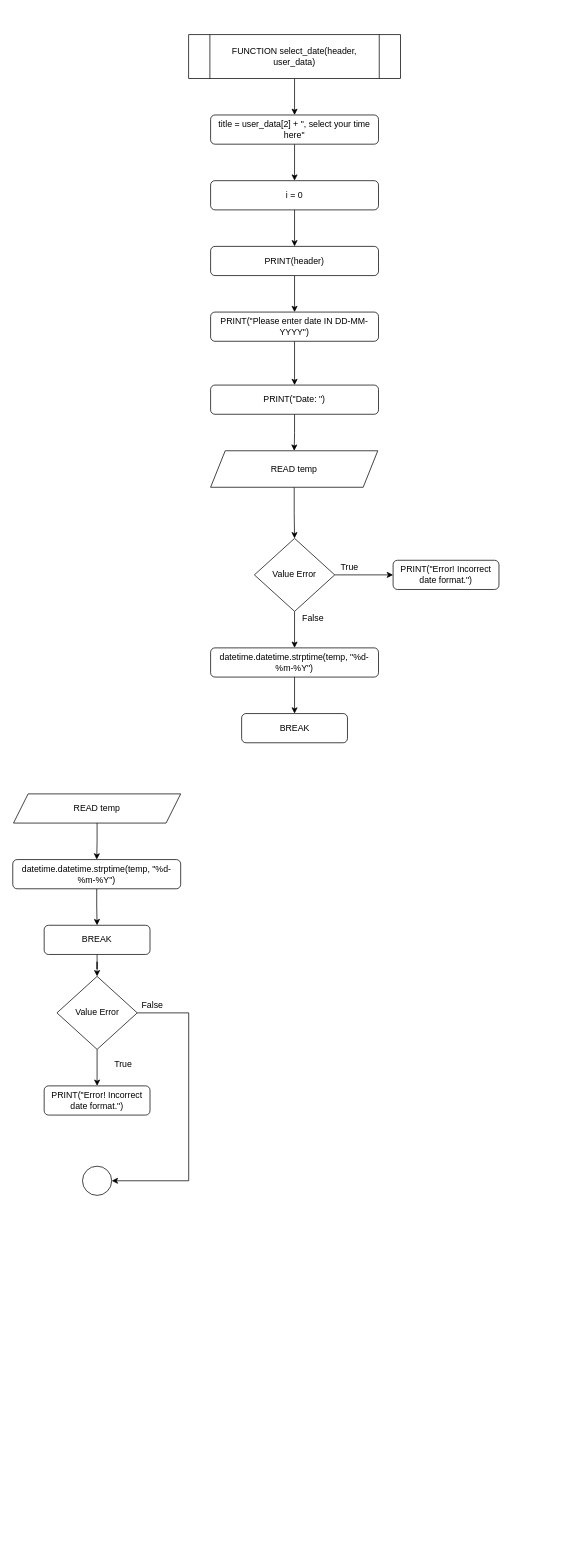
Earlier version of the draw.io diagram Flowchart/clients/select_date.drawio (RabbitBear00/Car-Rental-System). Source tidied: cells renumbered, new cells numbered last; positions are measured from the earlier drawing's top-left corner, leaving out a move shared by most shapes. Both pictures are drawn from the tidied source at 73%, with x=0, y=0 at pixel (12, 34).
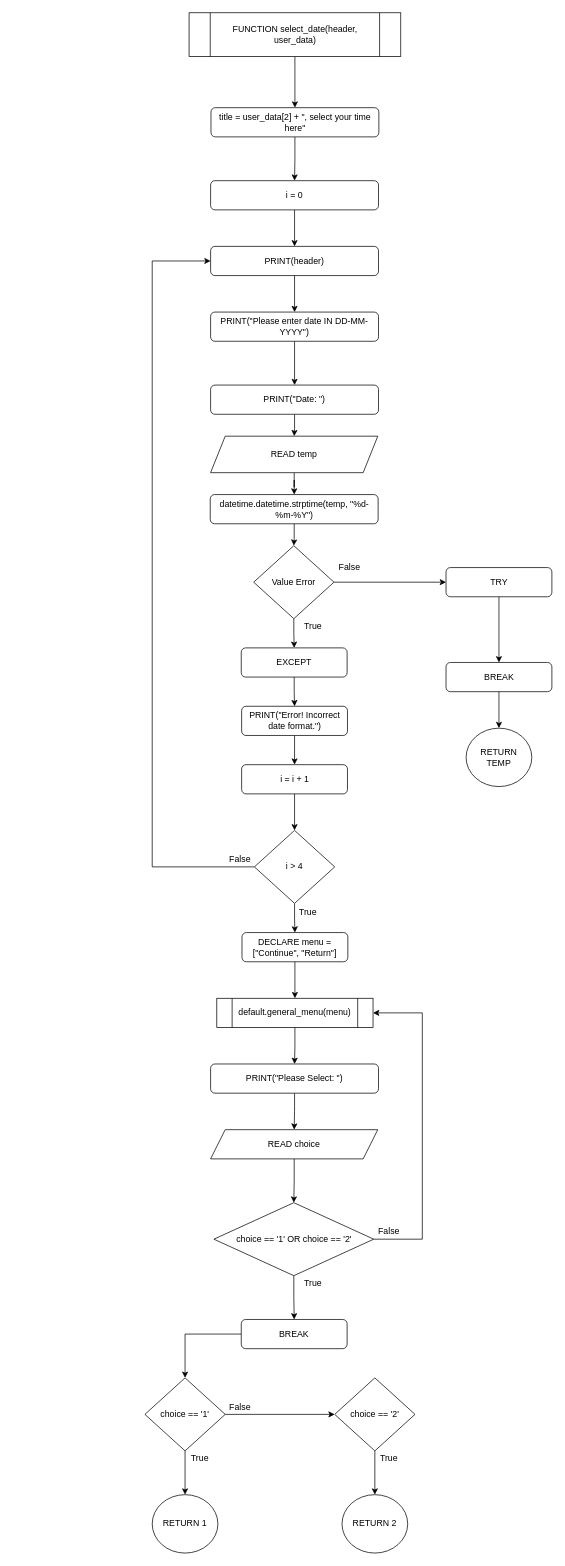
Above is the later version.

Unchanged cells that the change refers to:
```xml
<mxCell id="7" value="i = 0" style="rounded=1;whiteSpace=wrap;html=1;" parent="1" vertex="1">
  <mxGeometry x="271" y="200" width="230" height="40" as="geometry" />
</mxCell>
<mxCell id="9" value="PRINT(header)" style="rounded=1;whiteSpace=wrap;html=1;" parent="1" vertex="1">
  <mxGeometry x="271" y="290" width="230" height="40" as="geometry" />
</mxCell>
<mxCell id="13" value="PRINT(&quot;Date: &quot;)" style="rounded=1;whiteSpace=wrap;html=1;" parent="1" vertex="1">
  <mxGeometry x="271" y="480" width="230" height="40" as="geometry" />
</mxCell>
```

What changed in the source:
```diff
@@
     <mxCell id="3" value="FUNCTION select_date(header, user_data)" style="shape=process;whiteSpace=wrap;html=1;backgroundOutline=1;" parent="1" vertex="1">
-      <mxGeometry x="241" width="290" height="60" as="geometry" />
+      <mxGeometry x="241.5" y="-30" width="290" height="60" as="geometry" />
     </mxCell>
-    <mxCell id="4" style="edgeStyle=orthogonalEdgeStyle;rounded=0;jettySize=auto;html=1;" parent="1" edge="1" source="5" target="7">
-      <mxGeometry relative="1" as="geometry" />
-    </mxCell>
-    <mxCell id="5" value="title = user_data[2] + &quot;, select your time here&quot;" style="rounded=1;whiteSpace=wrap;html=1;" parent="1" vertex="1">
-      <mxGeometry x="271" y="110" width="230" height="40" as="geometry" />
-    </mxCell>
@@
-    <mxCell id="12" style="edgeStyle=orthogonalEdgeStyle;rounded=0;jettySize=auto;html=1;" parent="1" edge="1" source="13" target="15">
-      <mxGeometry relative="1" as="geometry" />
-    </mxCell>
+    <mxCell id="38" style="edgeStyle=orthogonalEdgeStyle;rounded=0;jettySize=auto;html=1;" parent="1" edge="1" source="13" target="40">
+      <mxGeometry relative="1" as="geometry" />
+    </mxCell>
@@
-    <mxCell id="14" style="edgeStyle=orthogonalEdgeStyle;rounded=0;jettySize=auto;html=1;" parent="1" edge="1" source="15" target="18">
-      <mxGeometry relative="1" as="geometry" />
-    </mxCell>
-    <mxCell id="15" value="READ temp" style="shape=parallelogram;perimeter=parallelogramPerimeter;whiteSpace=wrap;html=1;fixedSize=1;" parent="1" vertex="1">
-      <mxGeometry x="271" y="570" width="229" height="50" as="geometry" />
-    </mxCell>
-    <mxCell id="16" style="edgeStyle=orthogonalEdgeStyle;rounded=0;jettySize=auto;html=1;" parent="1" edge="1" source="18" target="19">
-      <mxGeometry relative="1" as="geometry" />
-    </mxCell>
-    <mxCell id="17" style="edgeStyle=orthogonalEdgeStyle;rounded=0;jettySize=auto;html=1;" parent="1" edge="1" source="18" target="21">
-      <mxGeometry relative="1" as="geometry" />
-    </mxCell>
-    <mxCell id="18" value="Value Error" style="rhombus;whiteSpace=wrap;html=1;" parent="1" vertex="1">
-      <mxGeometry x="331" y="690" width="110" height="100" as="geometry" />
-    </mxCell>
-    <mxCell id="19" value="PRINT(&quot;Error! Incorrect date format.&quot;)" style="rounded=1;whiteSpace=wrap;html=1;" parent="1" vertex="1">
-      <mxGeometry x="521" y="720" width="145" height="40" as="geometry" />
-    </mxCell>
-    <mxCell id="20" style="edgeStyle=orthogonalEdgeStyle;rounded=0;jettySize=auto;html=1;" parent="1" edge="1" source="21" target="22">
-      <mxGeometry relative="1" as="geometry" />
-    </mxCell>
-    <mxCell id="21" value="datetime.datetime.strptime(temp, &quot;%d-%m-%Y&quot;)" style="rounded=1;whiteSpace=wrap;html=1;" parent="1" vertex="1">
-      <mxGeometry x="271" y="840" width="230" height="40" as="geometry" />
-    </mxCell>
-    <mxCell id="22" value="BREAK" style="rounded=1;whiteSpace=wrap;html=1;" parent="1" vertex="1">
-      <mxGeometry x="313.5" y="930" width="145" height="40" as="geometry" />
-    </mxCell>
-    <mxCell id="23" value="True" style="text;html=1;align=center;verticalAlign=middle;strokeColor=none;" parent="1" vertex="1">
-      <mxGeometry x="441" y="720" width="40" height="20" as="geometry" />
-    </mxCell>
-    <mxCell id="24" value="False" style="text;html=1;align=center;verticalAlign=middle;strokeColor=none;" parent="1" vertex="1">
-      <mxGeometry x="391" y="790" width="40" height="20" as="geometry" />
-    </mxCell>
-    <mxCell id="25" style="edgeStyle=orthogonalEdgeStyle;rounded=0;jettySize=auto;html=1;" parent="1" edge="1" source="26" target="32">
-      <mxGeometry relative="1" as="geometry" />
-    </mxCell>
-    <mxCell id="26" value="READ temp" style="shape=parallelogram;perimeter=parallelogramPerimeter;whiteSpace=wrap;html=1;fixedSize=1;" parent="1" vertex="1">
-      <mxGeometry x="1" y="1040" width="229" height="40" as="geometry" />
-    </mxCell>
-    <mxCell id="27" style="edgeStyle=orthogonalEdgeStyle;rounded=0;jettySize=auto;html=1;entryX=1;entryY=0.5;entryDx=0;entryDy=0;" parent="1" edge="1" source="29" target="36">
-      <mxGeometry relative="1" as="geometry">
-        <Array as="points">
-          <mxPoint x="241" y="1340" />
-          <mxPoint x="241" y="1570" />
-        </Array>
-      </mxGeometry>
-    </mxCell>
-    <mxCell id="28" style="edgeStyle=orthogonalEdgeStyle;rounded=0;jettySize=auto;html=1;" parent="1" edge="1" source="29" target="30">
-      <mxGeometry relative="1" as="geometry" />
-    </mxCell>
-    <mxCell id="29" value="Value Error" style="rhombus;whiteSpace=wrap;html=1;" parent="1" vertex="1">
-      <mxGeometry x="60.5" y="1290" width="110" height="100" as="geometry" />
-    </mxCell>
-    <mxCell id="30" value="PRINT(&quot;Error! Incorrect date format.&quot;)" style="rounded=1;whiteSpace=wrap;html=1;" parent="1" vertex="1">
-      <mxGeometry x="43" y="1440" width="145" height="40" as="geometry" />
-    </mxCell>
-    <mxCell id="31" style="edgeStyle=orthogonalEdgeStyle;rounded=0;jettySize=auto;html=1;" parent="1" edge="1" source="32" target="34">
-      <mxGeometry relative="1" as="geometry" />
-    </mxCell>
-    <mxCell id="32" value="datetime.datetime.strptime(temp, &quot;%d-%m-%Y&quot;)" style="rounded=1;whiteSpace=wrap;html=1;" parent="1" vertex="1">
-      <mxGeometry y="1130" width="230" height="40" as="geometry" />
-    </mxCell>
-    <mxCell id="33" style="edgeStyle=orthogonalEdgeStyle;rounded=0;jettySize=auto;html=1;" parent="1" edge="1" source="34" target="29">
-      <mxGeometry relative="1" as="geometry" />
-    </mxCell>
-    <mxCell id="34" value="BREAK" style="rounded=1;whiteSpace=wrap;html=1;" parent="1" vertex="1">
-      <mxGeometry x="43" y="1220" width="145" height="40" as="geometry" />
-    </mxCell>
-    <mxCell id="35" value="True" style="text;html=1;align=center;verticalAlign=middle;strokeColor=none;" parent="1" vertex="1">
-      <mxGeometry x="130.5" y="1400" width="40" height="20" as="geometry" />
-    </mxCell>
-    <mxCell id="36" style="ellipse;whiteSpace=wrap;html=1;" parent="1" vertex="1">
-      <mxGeometry x="95.5" y="1550" width="40" height="40" as="geometry" />
-    </mxCell>
-    <mxCell id="37" value="False" style="text;html=1;align=center;verticalAlign=middle;strokeColor=none;" parent="1" vertex="1">
-      <mxGeometry x="171" y="1320" width="40" height="20" as="geometry" />
-    </mxCell>
+    <mxCell id="39" style="edgeStyle=orthogonalEdgeStyle;rounded=0;jettySize=auto;html=1;" parent="1" edge="1" source="40" target="88">
+      <mxGeometry relative="1" as="geometry" />
+    </mxCell>
+    <mxCell id="40" value="READ temp" style="shape=parallelogram;perimeter=parallelogramPerimeter;whiteSpace=wrap;html=1;fixedSize=1;" parent="1" vertex="1">
+      <mxGeometry x="271" y="550" width="229" height="50" as="geometry" />
+    </mxCell>
+    <mxCell id="41" style="edgeStyle=orthogonalEdgeStyle;rounded=0;jettySize=auto;html=1;" parent="1" edge="1" source="43" target="53">
+      <mxGeometry relative="1" as="geometry" />
+    </mxCell>
+    <mxCell id="42" style="edgeStyle=orthogonalEdgeStyle;rounded=0;jettySize=auto;html=1;" parent="1" edge="1" source="43" target="51">
+      <mxGeometry relative="1" as="geometry" />
+    </mxCell>
+    <mxCell id="43" value="Value Error" style="rhombus;whiteSpace=wrap;html=1;" parent="1" vertex="1">
+      <mxGeometry x="330" y="700" width="110" height="100" as="geometry" />
+    </mxCell>
+    <mxCell id="44" style="edgeStyle=orthogonalEdgeStyle;rounded=0;jettySize=auto;html=1;" parent="1" edge="1" source="45" target="55">
+      <mxGeometry relative="1" as="geometry" />
+    </mxCell>
+    <mxCell id="45" value="PRINT(&quot;Error! Incorrect date format.&quot;)" style="rounded=1;whiteSpace=wrap;html=1;" parent="1" vertex="1">
+      <mxGeometry x="313.5" y="920" width="145" height="40" as="geometry" />
+    </mxCell>
+    <mxCell id="46" style="edgeStyle=orthogonalEdgeStyle;rounded=0;jettySize=auto;html=1;" parent="1" edge="1" source="47" target="79">
+      <mxGeometry relative="1" as="geometry" />
+    </mxCell>
+    <mxCell id="47" value="BREAK" style="rounded=1;whiteSpace=wrap;html=1;" parent="1" vertex="1">
+      <mxGeometry x="593.5" y="860" width="145" height="40" as="geometry" />
+    </mxCell>
+    <mxCell id="48" value="True" style="text;html=1;align=center;verticalAlign=middle;strokeColor=none;" parent="1" vertex="1">
+      <mxGeometry x="391" y="800" width="40" height="20" as="geometry" />
+    </mxCell>
+    <mxCell id="49" value="False" style="text;html=1;align=center;verticalAlign=middle;strokeColor=none;" parent="1" vertex="1">
+      <mxGeometry x="441" y="720" width="40" height="20" as="geometry" />
+    </mxCell>
+    <mxCell id="50" style="edgeStyle=orthogonalEdgeStyle;rounded=0;jettySize=auto;html=1;entryX=0.5;entryY=0;entryDx=0;entryDy=0;" parent="1" edge="1" source="51" target="47">
+      <mxGeometry relative="1" as="geometry" />
+    </mxCell>
+    <mxCell id="51" value="TRY" style="rounded=1;whiteSpace=wrap;html=1;" parent="1" vertex="1">
+      <mxGeometry x="593.5" y="730" width="145" height="40" as="geometry" />
+    </mxCell>
+    <mxCell id="52" style="edgeStyle=orthogonalEdgeStyle;rounded=0;jettySize=auto;html=1;" parent="1" edge="1" source="53" target="45">
+      <mxGeometry relative="1" as="geometry" />
+    </mxCell>
+    <mxCell id="53" value="EXCEPT" style="rounded=1;whiteSpace=wrap;html=1;" parent="1" vertex="1">
+      <mxGeometry x="313" y="840" width="145" height="40" as="geometry" />
+    </mxCell>
+    <mxCell id="54" style="edgeStyle=orthogonalEdgeStyle;rounded=0;jettySize=auto;html=1;" parent="1" edge="1" source="55" target="58">
+      <mxGeometry relative="1" as="geometry" />
+    </mxCell>
+    <mxCell id="55" value="i = i + 1" style="rounded=1;whiteSpace=wrap;html=1;" parent="1" vertex="1">
+      <mxGeometry x="313.5" y="1000" width="145" height="40" as="geometry" />
+    </mxCell>
+    <mxCell id="56" style="edgeStyle=orthogonalEdgeStyle;rounded=0;jettySize=auto;html=1;" parent="1" edge="1" source="58" target="60">
+      <mxGeometry relative="1" as="geometry" />
+    </mxCell>
+    <mxCell id="57" style="edgeStyle=orthogonalEdgeStyle;rounded=0;jettySize=auto;html=1;entryX=0;entryY=0.5;entryDx=0;entryDy=0;" parent="1" edge="1" source="58" target="9">
+      <mxGeometry relative="1" as="geometry">
+        <Array as="points">
+          <mxPoint x="191" y="1140" />
+          <mxPoint x="191" y="310" />
+        </Array>
+      </mxGeometry>
+    </mxCell>
+    <mxCell id="58" value="i &gt; 4" style="rhombus;whiteSpace=wrap;html=1;" parent="1" vertex="1">
+      <mxGeometry x="331" y="1090" width="110" height="100" as="geometry" />
+    </mxCell>
+    <mxCell id="59" style="edgeStyle=orthogonalEdgeStyle;rounded=0;jettySize=auto;html=1;" parent="1" edge="1" source="60" target="62">
+      <mxGeometry relative="1" as="geometry" />
+    </mxCell>
+    <mxCell id="60" value="DECLARE menu = [&quot;Continue&quot;, &quot;Return&quot;]" style="rounded=1;whiteSpace=wrap;html=1;" parent="1" vertex="1">
+      <mxGeometry x="314" y="1230" width="145" height="40" as="geometry" />
+    </mxCell>
+    <mxCell id="61" style="edgeStyle=orthogonalEdgeStyle;rounded=0;jettySize=auto;html=1;" parent="1" edge="1" source="62" target="64">
+      <mxGeometry relative="1" as="geometry" />
+    </mxCell>
+    <mxCell id="62" value="default.general_menu(menu)" style="shape=process;whiteSpace=wrap;html=1;backgroundOutline=1;" parent="1" vertex="1">
+      <mxGeometry x="279.5" y="1320" width="214" height="40" as="geometry" />
+    </mxCell>
+    <mxCell id="63" style="edgeStyle=orthogonalEdgeStyle;rounded=0;jettySize=auto;html=1;" parent="1" edge="1" source="64" target="66">
+      <mxGeometry relative="1" as="geometry" />
+    </mxCell>
+    <mxCell id="64" value="PRINT(&quot;Please Select: &quot;)" style="rounded=1;whiteSpace=wrap;html=1;" parent="1" vertex="1">
+      <mxGeometry x="271" y="1410" width="230" height="40" as="geometry" />
+    </mxCell>
+    <mxCell id="65" style="edgeStyle=orthogonalEdgeStyle;rounded=0;jettySize=auto;html=1;" parent="1" edge="1" source="66" target="69">
+      <mxGeometry relative="1" as="geometry" />
+    </mxCell>
+    <mxCell id="66" value="READ choice" style="shape=parallelogram;perimeter=parallelogramPerimeter;whiteSpace=wrap;html=1;fixedSize=1;" parent="1" vertex="1">
+      <mxGeometry x="271" y="1500" width="229" height="40" as="geometry" />
+    </mxCell>
+    <mxCell id="67" style="edgeStyle=orthogonalEdgeStyle;rounded=0;jettySize=auto;html=1;" parent="1" edge="1" source="69" target="71">
+      <mxGeometry relative="1" as="geometry" />
+    </mxCell>
+    <mxCell id="68" style="edgeStyle=orthogonalEdgeStyle;rounded=0;jettySize=auto;html=1;entryX=1;entryY=0.5;entryDx=0;entryDy=0;" parent="1" edge="1" source="69" target="62">
+      <mxGeometry relative="1" as="geometry">
+        <Array as="points">
+          <mxPoint x="561" y="1650" />
+          <mxPoint x="561" y="1340" />
+        </Array>
+      </mxGeometry>
+    </mxCell>
+    <mxCell id="69" value="choice == '1' OR choice == '2'" style="rhombus;whiteSpace=wrap;html=1;" parent="1" vertex="1">
+      <mxGeometry x="275.5" y="1600" width="219" height="100" as="geometry" />
+    </mxCell>
+    <mxCell id="70" style="edgeStyle=orthogonalEdgeStyle;rounded=0;jettySize=auto;html=1;entryX=0.5;entryY=0;entryDx=0;entryDy=0;" parent="1" edge="1" source="71" target="74">
+      <mxGeometry relative="1" as="geometry" />
+    </mxCell>
+    <mxCell id="71" value="BREAK" style="rounded=1;whiteSpace=wrap;html=1;" parent="1" vertex="1">
+      <mxGeometry x="313" y="1760" width="145" height="40" as="geometry" />
+    </mxCell>
+    <mxCell id="72" style="edgeStyle=orthogonalEdgeStyle;rounded=0;jettySize=auto;html=1;entryX=0;entryY=0.5;entryDx=0;entryDy=0;" parent="1" edge="1" source="74" target="76">
+      <mxGeometry relative="1" as="geometry" />
+    </mxCell>
+    <mxCell id="73" style="edgeStyle=orthogonalEdgeStyle;rounded=0;jettySize=auto;html=1;" parent="1" edge="1" source="74" target="77">
+      <mxGeometry relative="1" as="geometry" />
+    </mxCell>
+    <mxCell id="74" value="choice == '1'" style="rhombus;whiteSpace=wrap;html=1;" parent="1" vertex="1">
+      <mxGeometry x="181" y="1840" width="110" height="100" as="geometry" />
+    </mxCell>
+    <mxCell id="75" style="edgeStyle=orthogonalEdgeStyle;rounded=0;jettySize=auto;html=1;" parent="1" edge="1" source="76" target="78">
+      <mxGeometry relative="1" as="geometry" />
+    </mxCell>
+    <mxCell id="76" value="choice == '2'" style="rhombus;whiteSpace=wrap;html=1;" parent="1" vertex="1">
+      <mxGeometry x="441" y="1840" width="110" height="100" as="geometry" />
+    </mxCell>
+    <mxCell id="77" value="RETURN 1" style="ellipse;whiteSpace=wrap;html=1;" parent="1" vertex="1">
+      <mxGeometry x="191" y="2000" width="90" height="80" as="geometry" />
+    </mxCell>
+    <mxCell id="78" value="RETURN 2" style="ellipse;whiteSpace=wrap;html=1;" parent="1" vertex="1">
+      <mxGeometry x="451" y="2000" width="90" height="80" as="geometry" />
+    </mxCell>
+    <mxCell id="79" value="RETURN&lt;br&gt;TEMP" style="ellipse;whiteSpace=wrap;html=1;" parent="1" vertex="1">
+      <mxGeometry x="621" y="950" width="90" height="80" as="geometry" />
+    </mxCell>
+    <mxCell id="80" value="False" style="text;html=1;align=center;verticalAlign=middle;strokeColor=none;" parent="1" vertex="1">
+      <mxGeometry x="291" y="1120" width="40" height="20" as="geometry" />
+    </mxCell>
+    <mxCell id="81" value="True" style="text;html=1;align=center;verticalAlign=middle;strokeColor=none;" parent="1" vertex="1">
+      <mxGeometry x="384" y="1193" width="40" height="20" as="geometry" />
+    </mxCell>
+    <mxCell id="82" value="False" style="text;html=1;align=center;verticalAlign=middle;strokeColor=none;" parent="1" vertex="1">
+      <mxGeometry x="495" y="1630" width="40" height="20" as="geometry" />
+    </mxCell>
+    <mxCell id="83" value="False" style="text;html=1;align=center;verticalAlign=middle;strokeColor=none;" parent="1" vertex="1">
+      <mxGeometry x="291" y="1870" width="40" height="20" as="geometry" />
+    </mxCell>
+    <mxCell id="84" value="True" style="text;html=1;align=center;verticalAlign=middle;strokeColor=none;" parent="1" vertex="1">
+      <mxGeometry x="391" y="1700" width="40" height="20" as="geometry" />
+    </mxCell>
+    <mxCell id="85" value="True" style="text;html=1;align=center;verticalAlign=middle;strokeColor=none;" parent="1" vertex="1">
+      <mxGeometry x="235.5" y="1940" width="40" height="20" as="geometry" />
+    </mxCell>
+    <mxCell id="86" value="True" style="text;html=1;align=center;verticalAlign=middle;strokeColor=none;" parent="1" vertex="1">
+      <mxGeometry x="494.5" y="1940" width="40" height="20" as="geometry" />
+    </mxCell>
+    <mxCell id="87" style="edgeStyle=orthogonalEdgeStyle;rounded=0;jettySize=auto;html=1;" parent="1" edge="1" source="88" target="43">
+      <mxGeometry relative="1" as="geometry" />
+    </mxCell>
+    <mxCell id="88" value="datetime.datetime.strptime(temp, &quot;%d-%m-%Y&quot;)" style="rounded=1;whiteSpace=wrap;html=1;" parent="1" vertex="1">
+      <mxGeometry x="270.5" y="630" width="230" height="40" as="geometry" />
+    </mxCell>
+    <mxCell id="4" style="edgeStyle=orthogonalEdgeStyle;rounded=0;jettySize=auto;html=1;" parent="1" edge="1" source="5" target="7">
+      <mxGeometry relative="1" as="geometry" />
+    </mxCell>
+    <mxCell id="5" value="title = user_data[2] + &quot;, select your time here&quot;" style="rounded=1;whiteSpace=wrap;html=1;" parent="1" vertex="1">
+      <mxGeometry x="271.5" y="100" width="230" height="40" as="geometry" />
+    </mxCell>
```
